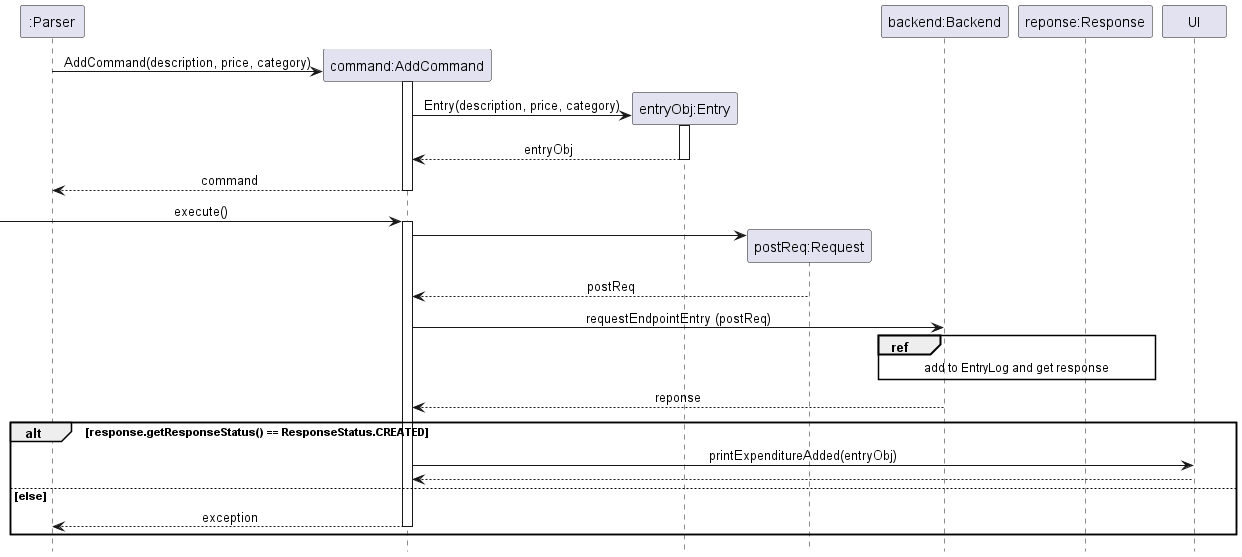
Before: docs/static/frontend/commands/AddCommandSequenceDiagram.png, a diagram exported from PlantUML (nus-cs2113-AY2223S2/tp). The source it was exported from:
```plantuml
@startuml
!include Style.puml

participant ":Parser" as Parser
participant "command:AddCommand" as AddCommand
participant "entryObj:Entry" as Entry
participant "postReq:Request" as Request
participant "backend:Backend" as Backend

participant "reponse:Response" as Response
participant "UI" as UI

Parser -> AddCommand ** : AddCommand(description, price, category)
activate AddCommand
AddCommand -> Entry ** :Entry(description, price, category)
activate Entry
return entryObj
return command

-> AddCommand :execute()
activate AddCommand
AddCommand -> Request **
Request --> AddCommand : postReq
AddCommand -> Backend : requestEndpointEntry (postReq)
ref over Backend, Response
add to EntryLog and get response
end ref
Backend --> AddCommand : reponse
alt response.getResponseStatus() == ResponseStatus.CREATED
    AddCommand -> UI : printExpenditureAdded(entryObj)
    UI --> AddCommand
else else
    AddCommand --> Parser : exception
        deactivate AddCommand
end




@enduml
```
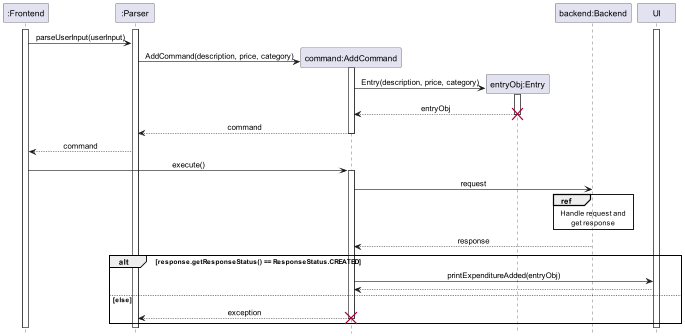
After the change.

Commit message:
Update sequence diagram

The edit, as a diff of the source:
```diff
@@ -1,37 +1,47 @@
 @startuml
-!include Style.puml
+!include ../../Style.puml
 
+participant ":Frontend" as Frontend
 participant ":Parser" as Parser
 participant "command:AddCommand" as AddCommand
 participant "entryObj:Entry" as Entry
-participant "postReq:Request" as Request
 participant "backend:Backend" as Backend
 
-participant "reponse:Response" as Response
 participant "UI" as UI
 
+activate Frontend
+activate Parser
+activate UI
+Frontend -> Parser : parseUserInput(userInput)
 Parser -> AddCommand ** : AddCommand(description, price, category)
 activate AddCommand
 AddCommand -> Entry ** :Entry(description, price, category)
 activate Entry
-return entryObj
-return command
+Entry --> AddCommand : entryObj
+deactivate Entry
+destroy Entry
+AddCommand --> Parser : command
+deactivate AddCommand
+Parser --> Frontend : command
 
--> AddCommand :execute()
+Frontend -> AddCommand :execute()
 activate AddCommand
-AddCommand -> Request **
-Request --> AddCommand : postReq
-AddCommand -> Backend : requestEndpointEntry (postReq)
-ref over Backend, Response
-add to EntryLog and get response
+AddCommand -> Backend : request
+ref over Backend
+Handle request and
+get response
 end ref
-Backend --> AddCommand : reponse
+
+Backend --> AddCommand : response
+
 alt response.getResponseStatus() == ResponseStatus.CREATED
     AddCommand -> UI : printExpenditureAdded(entryObj)
     UI --> AddCommand
 else else
     AddCommand --> Parser : exception
         deactivate AddCommand
+
+destroy AddCommand
 end
 
 
```
